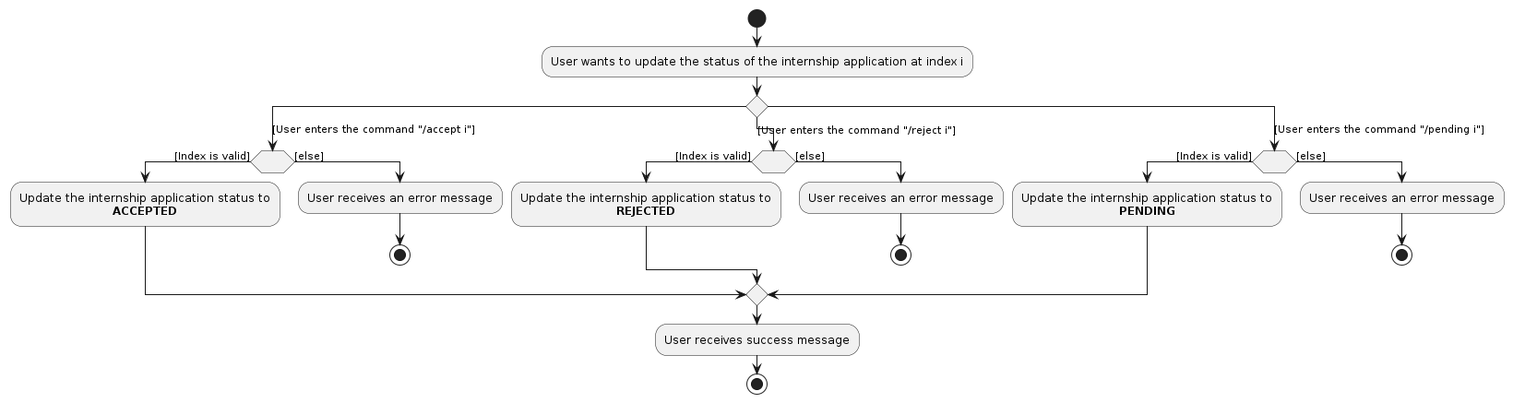
Above: diagrams/StatusActivityDiagram.png in woke02/tp (PlantUML), before the change. Its source is kept beside it as diagrams/StatusActivityDiagram.puml.
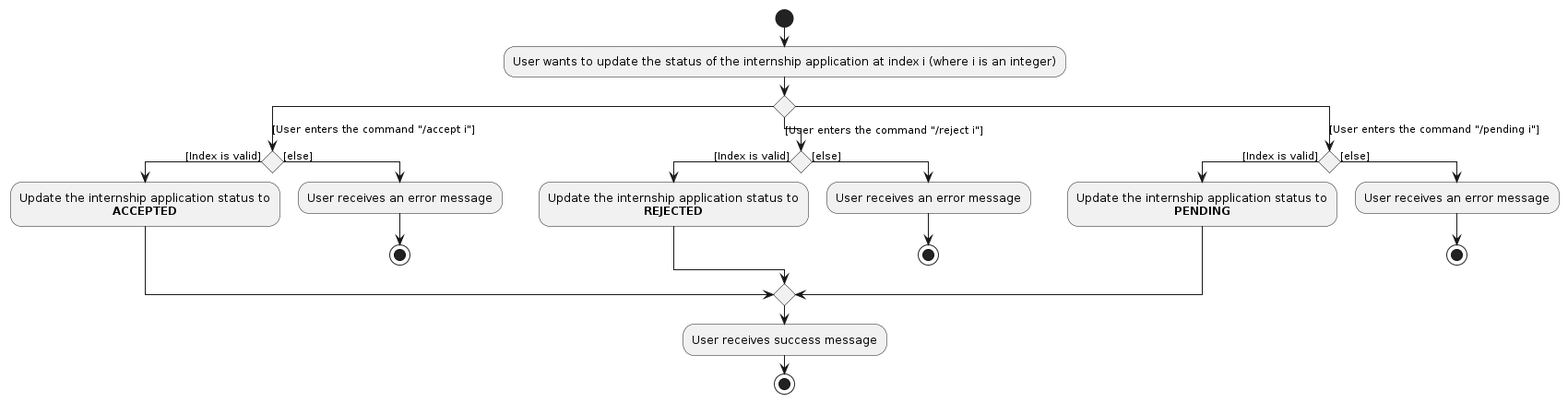
Above is the later version.

The edit, as a diff of the source:
```diff
@@ -3,11 +3,11 @@
 skinparam ArrowFontStyle plain
 
 start
-:User wants to update the status of the internship application at index i;
+:User wants to update the status of the internship application at index i (where i is an integer);
 
 switch ()
 case ([User enters the command "/accept i"])
-    if ( ) then ([Index is valid])
+    if () then ([Index is valid])
         :Update the internship application status to
         **ACCEPTED**;
     else ([else])
@@ -15,7 +15,7 @@
         stop
     endif
 case ([User enters the command "/reject i"])
-    if ( ) then ([Index is valid])
+    if () then ([Index is valid])
         :Update the internship application status to
         **REJECTED**;
     else ([else])
@@ -23,7 +23,7 @@
         stop
     endif
 case ([User enters the command "/pending i"])
-    if ( ) then ([Index is valid])
+    if () then ([Index is valid])
         :Update the internship application status to
         **PENDING**;
     else ([else])
```
